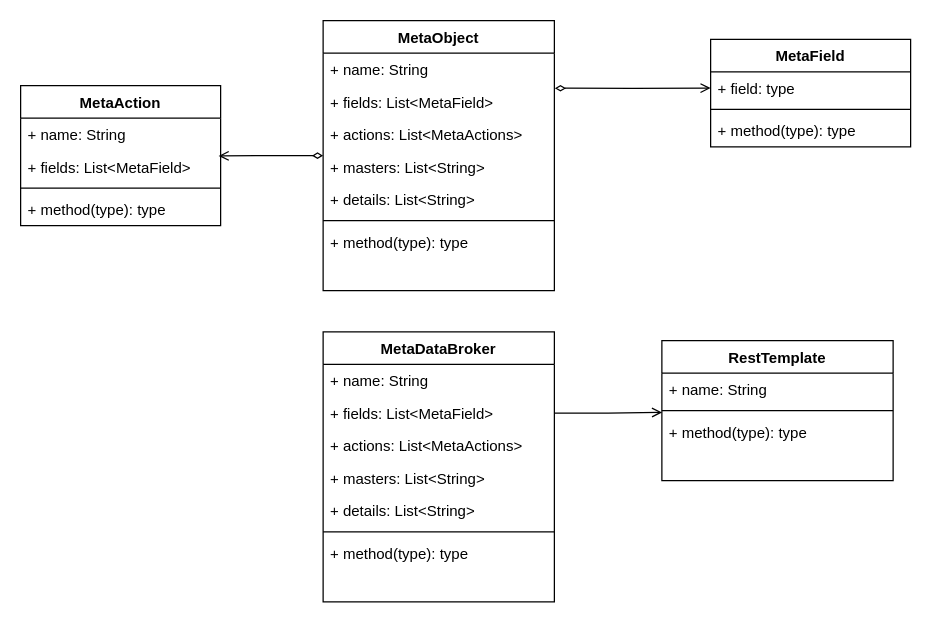
This is LDCP.drawio from lokiworks/drawio, a draw.io file, before an edit. Source tidied: cells renumbered, new cells numbered last; positions are measured from the earlier drawing's top-left corner, leaving out a move shared by most shapes. Both pictures are drawn from the tidied source at 125%, with x=0, y=0 at pixel (20, 20).
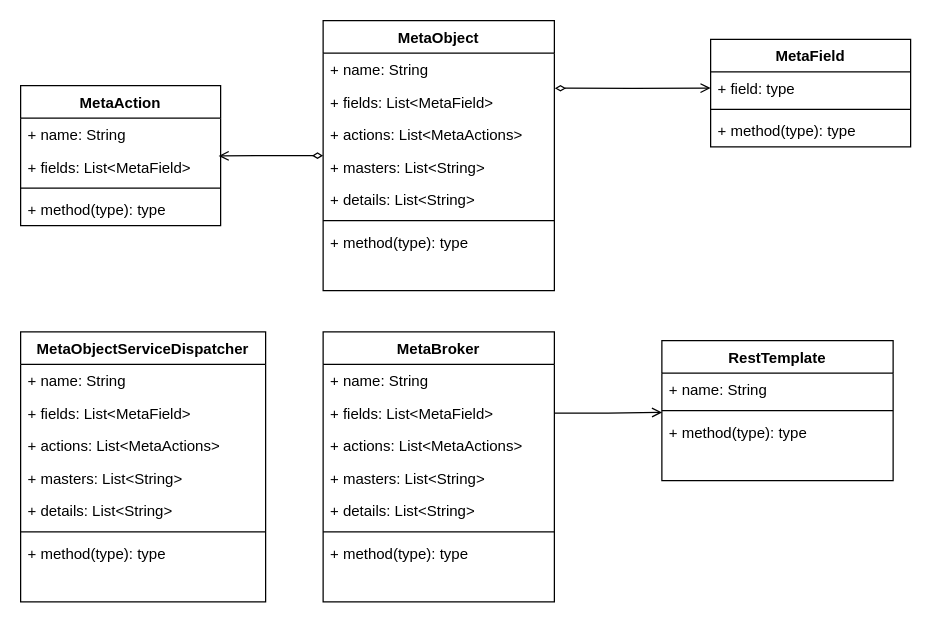
Above is the later version.

What changed in the source:
```diff
@@
-    <mxCell id="22" value="MetaDataBroker" style="swimlane;fontStyle=1;align=center;verticalAlign=top;horizontal=1;startSize=26;" parent="1" vertex="1">
+    <mxCell id="22" value="MetaBroker" style="swimlane;fontStyle=1;align=center;verticalAlign=top;horizontal=1;startSize=26;" parent="1" vertex="1">
       <mxGeometry x="242" y="249" width="185" height="216" as="geometry" />
     </mxCell>
@@
+    <mxCell id="37" value="MetaObjectServiceDispatcher" style="swimlane;fontStyle=1;align=center;verticalAlign=top;horizontal=1;startSize=26;" parent="1" vertex="1">
+      <mxGeometry y="249" width="196" height="216" as="geometry" />
+    </mxCell>
+    <mxCell id="38" value="+ name: String" style="text;strokeColor=none;fillColor=none;align=left;verticalAlign=top;spacingLeft=4;spacingRight=4;overflow=hidden;" parent="37" vertex="1">
+      <mxGeometry y="26" width="196" height="26" as="geometry" />
+    </mxCell>
+    <mxCell id="39" value="+ fields: List&lt;MetaField&gt;" style="text;strokeColor=none;fillColor=none;align=left;verticalAlign=top;spacingLeft=4;spacingRight=4;overflow=hidden;" parent="37" vertex="1">
+      <mxGeometry y="52" width="196" height="26" as="geometry" />
+    </mxCell>
+    <mxCell id="40" value="+ actions: List&lt;MetaActions&gt;" style="text;strokeColor=none;fillColor=none;align=left;verticalAlign=top;spacingLeft=4;spacingRight=4;overflow=hidden;" parent="37" vertex="1">
+      <mxGeometry y="78" width="196" height="26" as="geometry" />
+    </mxCell>
+    <mxCell id="41" value="+ masters: List&lt;String&gt;" style="text;strokeColor=none;fillColor=none;align=left;verticalAlign=top;spacingLeft=4;spacingRight=4;overflow=hidden;" parent="37" vertex="1">
+      <mxGeometry y="104" width="196" height="26" as="geometry" />
+    </mxCell>
+    <mxCell id="42" value="+ details: List&lt;String&gt;" style="text;strokeColor=none;fillColor=none;align=left;verticalAlign=top;spacingLeft=4;spacingRight=4;overflow=hidden;" parent="37" vertex="1">
+      <mxGeometry y="130" width="196" height="26" as="geometry" />
+    </mxCell>
+    <mxCell id="43" style="line;strokeWidth=1;fillColor=none;align=left;verticalAlign=middle;spacingTop=-1;spacingLeft=3;spacingRight=3;labelPosition=right;strokeColor=inherit;" parent="37" vertex="1">
+      <mxGeometry y="156" width="196" height="8" as="geometry" />
+    </mxCell>
+    <mxCell id="44" value="+ method(type): type" style="text;strokeColor=none;fillColor=none;align=left;verticalAlign=top;spacingLeft=4;spacingRight=4;overflow=hidden;" parent="37" vertex="1">
+      <mxGeometry y="164" width="196" height="26" as="geometry" />
+    </mxCell>
+    <mxCell id="45" style="text;strokeColor=none;fillColor=none;align=left;verticalAlign=top;spacingLeft=4;spacingRight=4;overflow=hidden;" parent="37" vertex="1">
+      <mxGeometry y="190" width="196" height="26" as="geometry" />
+    </mxCell>
```
